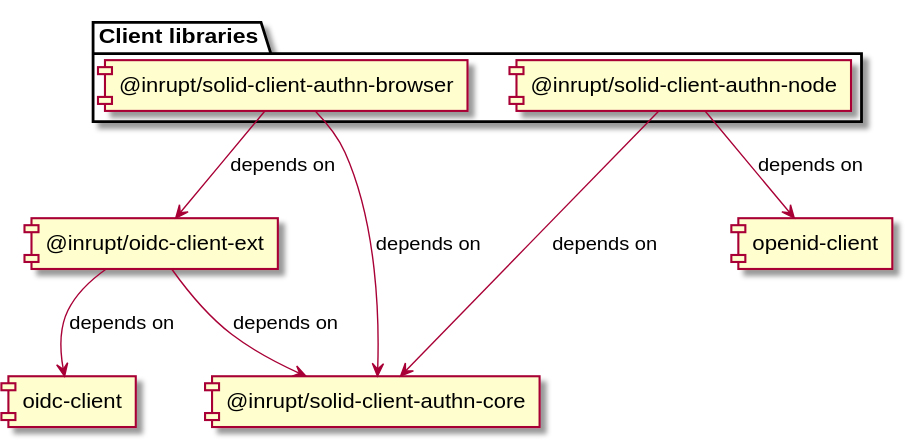
The PlantUML diagram documentation/diagrams/module_map.svg in inrupt/solid-client-authn-js, before a commit.
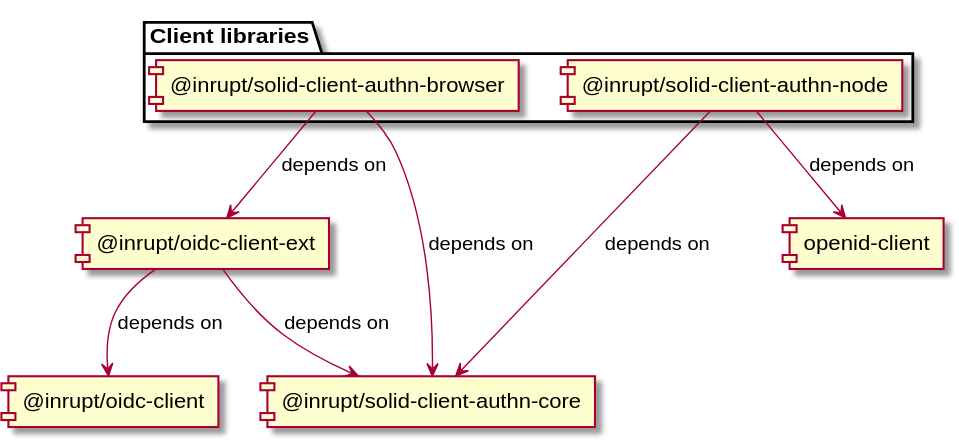
The same file after the commit.

Change to the diagram source:
```diff
@@ -6,7 +6,7 @@
 	[@inrupt/solid-client-authn-node]
 }
 
-[@inrupt/oidc-client-ext] --> [oidc-client]: depends on
+[@inrupt/oidc-client-ext] --> [@inrupt/oidc-client]: depends on
 [@inrupt/solid-client-authn-browser] --> [@inrupt/solid-client-authn-core]: depends on
 [@inrupt/solid-client-authn-browser] --> [@inrupt/oidc-client-ext]: depends on
 [@inrupt/solid-client-authn-node] --> [@inrupt/solid-client-authn-core]: depends on
```
